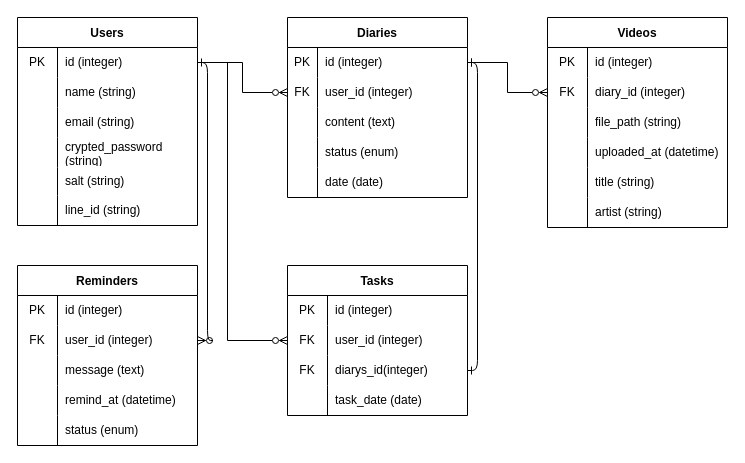
This is er.drawio from ShimazakiHiromu/development, a draw.io file, before an edit. Source tidied: cells renumbered, new cells numbered last; positions are measured from the earlier drawing's top-left corner, leaving out a move shared by most shapes. Both pictures are drawn from the tidied source at 100%, with x=0, y=0 at pixel (17, 17).
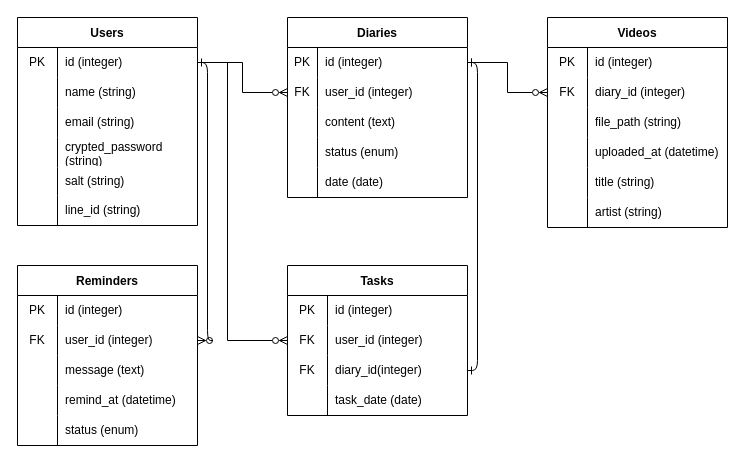
The same page after the edit.

Unchanged cells that the change refers to:
```xml
<mxCell id="83" style="shape=tableRow;horizontal=0;startSize=0;swimlaneHead=0;swimlaneBody=0;top=0;left=0;bottom=0;right=0;fillColor=none;points=[[0,0.5],[1,0.5]];portConstraint=eastwest;" parent="76" vertex="1">
  <mxGeometry y="90" width="180" height="30" as="geometry" />
</mxCell>
```

The edit, as a diff of the source:
```diff
@@
-    <mxCell id="85" value="diarys_id(integer)" style="shape=partialRectangle;html=1;whiteSpace=wrap;fillColor=none;top=0;left=0;bottom=0;right=0;align=left;spacingLeft=6;overflow=hidden;" parent="83" vertex="1">
+    <mxCell id="85" value="diary_id(integer)" style="shape=partialRectangle;html=1;whiteSpace=wrap;fillColor=none;top=0;left=0;bottom=0;right=0;align=left;spacingLeft=6;overflow=hidden;" parent="83" vertex="1">
       <mxGeometry x="40" width="140" height="30" as="geometry" />
     </mxCell>
```
